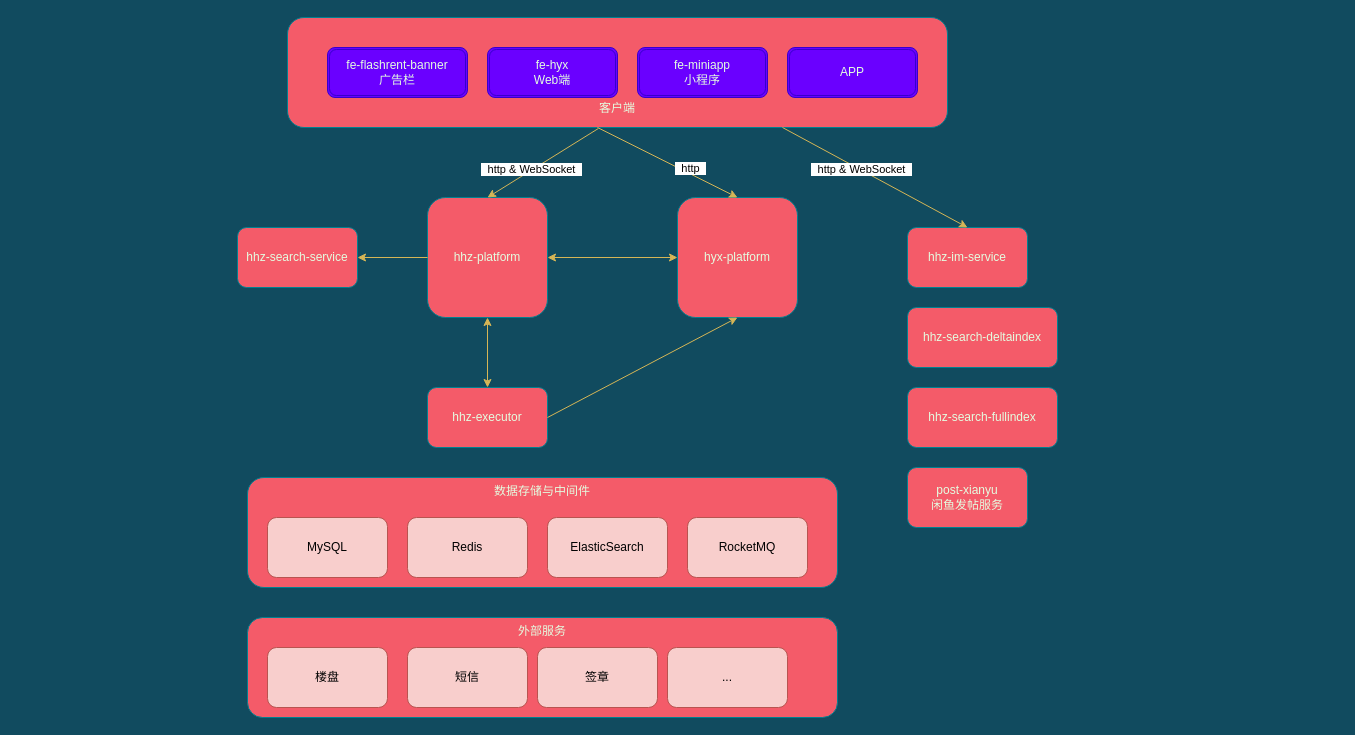
Above: 会分期-闪租-项目调用关系.drawio in wangqi-jeffrey/mind-map (draw.io), before the change. Source tidied: cells renumbered, new cells numbered last; positions are measured from the earlier drawing's top-left corner, leaving out a move shared by most shapes. Both pictures are drawn from the tidied source at 100%, with x=0, y=0 at pixel (237, 17).
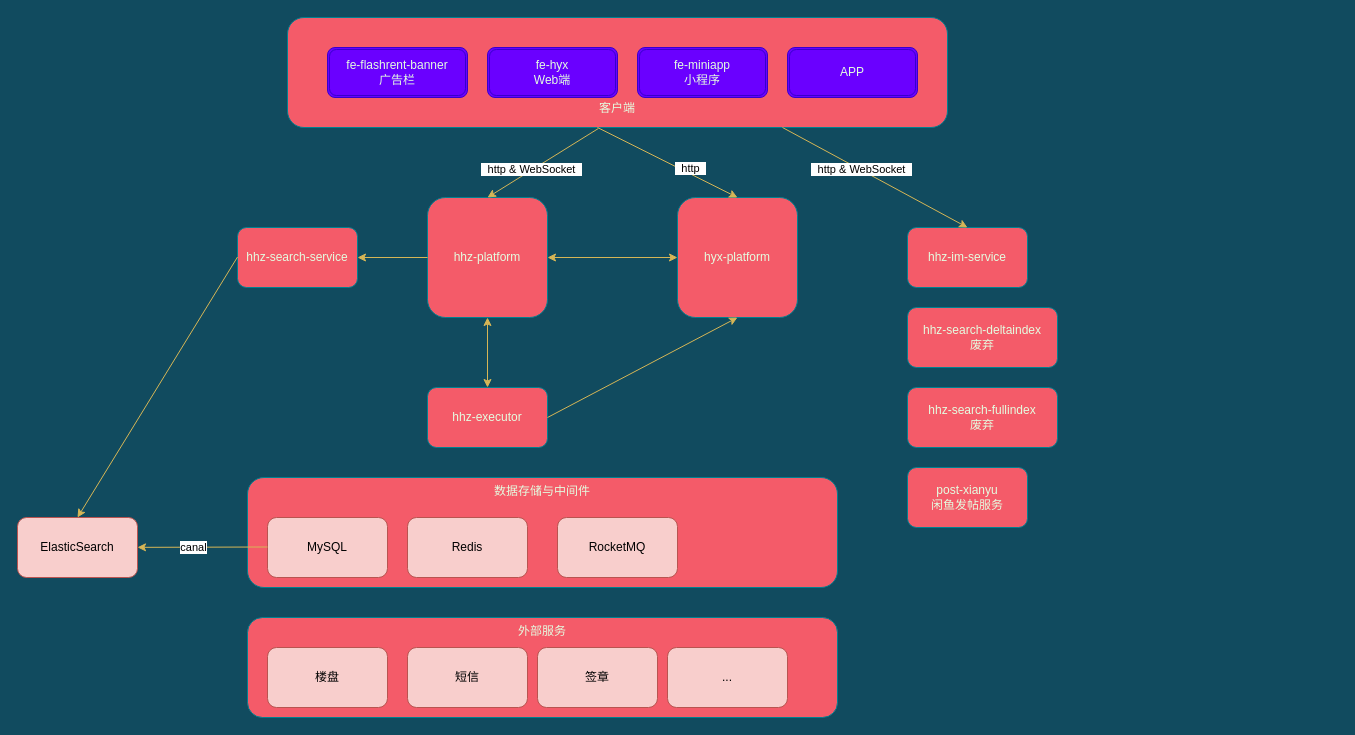
After the change.

Commit message:
Update 会分期-闪租-项目调用关系.drawio

What changed in the source:
```diff
@@
-    <mxCell id="6" value="hhz-search-fullindex" style="rounded=1;whiteSpace=wrap;html=1;sketch=0;strokeColor=#028090;fillColor=#F45B69;fontColor=#E4FDE1;" parent="1" vertex="1">
+    <mxCell id="6" value="hhz-search-fullindex&lt;br&gt;废弃" style="rounded=1;whiteSpace=wrap;html=1;sketch=0;strokeColor=#028090;fillColor=#F45B69;fontColor=#E4FDE1;" parent="1" vertex="1">
       <mxGeometry x="670" y="370" width="150" height="60" as="geometry" />
     </mxCell>
-    <mxCell id="7" value="hhz-search-deltaindex" style="rounded=1;whiteSpace=wrap;html=1;sketch=0;strokeColor=#028090;fillColor=#F45B69;fontColor=#E4FDE1;" parent="1" vertex="1">
+    <mxCell id="7" value="hhz-search-deltaindex&lt;br&gt;废弃" style="rounded=1;whiteSpace=wrap;html=1;sketch=0;strokeColor=#028090;fillColor=#F45B69;fontColor=#E4FDE1;" parent="1" vertex="1">
       <mxGeometry x="670" y="290" width="150" height="60" as="geometry" />
     </mxCell>
@@
     <mxCell id="32" value="ElasticSearch" style="rounded=1;whiteSpace=wrap;html=1;sketch=0;strokeColor=#b85450;fillColor=#f8cecc;align=center;" parent="1" vertex="1">
-      <mxGeometry x="310" y="500" width="120" height="60" as="geometry" />
+      <mxGeometry x="-220" y="500" width="120" height="60" as="geometry" />
     </mxCell>
     <mxCell id="33" value="RocketMQ" style="rounded=1;whiteSpace=wrap;html=1;sketch=0;strokeColor=#b85450;fillColor=#f8cecc;align=center;" parent="1" vertex="1">
-      <mxGeometry x="450" y="500" width="120" height="60" as="geometry" />
+      <mxGeometry x="320" y="500" width="120" height="60" as="geometry" />
     </mxCell>
@@
+    <mxCell id="35" style="endArrow=classic;html=1;fontColor=#E4FDE1;exitX=0;exitY=0.5;exitDx=0;exitDy=0;fillColor=#fff2cc;strokeColor=#d6b656;" parent="1" edge="1" target="32">
+      <mxGeometry relative="1" as="geometry">
+        <mxPoint x="30" y="529.5" as="sourcePoint" />
+      </mxGeometry>
+    </mxCell>
+    <mxCell id="36" value="canal" style="edgeLabel;html=1;align=center;verticalAlign=middle;" parent="35" vertex="1">
+      <mxGeometry x="0.15" relative="1" as="geometry" />
+    </mxCell>
+    <mxCell id="37" style="endArrow=classic;html=1;fontColor=#E4FDE1;exitX=0;exitY=0.5;exitDx=0;exitDy=0;entryX=0.5;entryY=0;entryDx=0;entryDy=0;fillColor=#fff2cc;strokeColor=#d6b656;" parent="1" edge="1" target="32">
+      <mxGeometry relative="1" as="geometry">
+        <mxPoint y="239.5" as="sourcePoint" />
+      </mxGeometry>
+    </mxCell>
```
